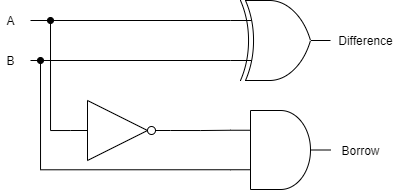
Before: HalfSubtractor.png, a diagram exported from draw.io (pathakshashank17/Digital-Circuit-Diagrams). Source tidied: cells renumbered, new cells last; positions are measured from the earlier drawing's top-left corner, leaving out a move shared by most shapes. Its diagram source:
```xml
<mxGraphModel>
  <root>
    <mxCell id="0" />
    <mxCell id="1" parent="0" />
    <mxCell id="2" style="verticalLabelPosition=bottom;shadow=0;dashed=0;align=center;html=1;verticalAlign=top;shape=mxgraph.electrical.logic_gates.logic_gate;operation=xor;" parent="1" vertex="1">
      <mxGeometry x="230" width="100" height="80" as="geometry" />
    </mxCell>
    <mxCell id="3" style="edgeStyle=orthogonalEdgeStyle;rounded=0;jettySize=auto;html=1;exitX=1;exitY=0.5;exitDx=0;exitDy=0;exitPerimeter=0;entryX=0;entryY=0.25;entryDx=0;entryDy=0;entryPerimeter=0;endArrow=none;endFill=0;" parent="1" edge="1" source="5" target="7">
      <mxGeometry relative="1" as="geometry" />
    </mxCell>
    <mxCell id="4" style="edgeStyle=orthogonalEdgeStyle;rounded=0;jettySize=auto;html=1;endArrow=oval;endFill=1;" parent="1" edge="1" source="5">
      <mxGeometry relative="1" as="geometry">
        <mxPoint x="50" y="20" as="targetPoint" />
      </mxGeometry>
    </mxCell>
    <mxCell id="5" style="verticalLabelPosition=bottom;shadow=0;dashed=0;align=center;html=1;verticalAlign=top;shape=mxgraph.electrical.logic_gates.inverter_2;" parent="1" vertex="1">
      <mxGeometry x="70" y="100" width="100" height="60" as="geometry" />
    </mxCell>
    <mxCell id="6" style="edgeStyle=orthogonalEdgeStyle;rounded=0;jettySize=auto;html=1;exitX=0;exitY=0.75;exitDx=0;exitDy=0;exitPerimeter=0;endArrow=oval;endFill=1;" parent="1" edge="1" source="7">
      <mxGeometry relative="1" as="geometry">
        <mxPoint x="40" y="60" as="targetPoint" />
      </mxGeometry>
    </mxCell>
    <mxCell id="7" style="verticalLabelPosition=bottom;shadow=0;dashed=0;align=center;html=1;verticalAlign=top;shape=mxgraph.electrical.logic_gates.logic_gate;operation=and;" parent="1" vertex="1">
      <mxGeometry x="230" y="110" width="100" height="79" as="geometry" />
    </mxCell>
    <mxCell id="8" style="endArrow=none;html=1;entryX=0;entryY=0.25;entryDx=0;entryDy=0;entryPerimeter=0;" parent="1" edge="1" target="2">
      <mxGeometry relative="1" as="geometry">
        <mxPoint x="30" y="20" as="sourcePoint" />
      </mxGeometry>
    </mxCell>
    <mxCell id="9" style="endArrow=none;html=1;entryX=0;entryY=0.75;entryDx=0;entryDy=0;entryPerimeter=0;" parent="1" edge="1" target="2">
      <mxGeometry relative="1" as="geometry">
        <mxPoint x="30" y="60" as="sourcePoint" />
      </mxGeometry>
    </mxCell>
    <mxCell id="10" value="Difference" style="text;html=1;align=center;verticalAlign=middle;strokeColor=none;" parent="1" vertex="1">
      <mxGeometry x="330" y="30" width="70" height="20" as="geometry" />
    </mxCell>
    <mxCell id="11" value="Borrow" style="text;html=1;align=center;verticalAlign=middle;strokeColor=none;" parent="1" vertex="1">
      <mxGeometry x="335" y="140" width="50" height="20" as="geometry" />
    </mxCell>
    <mxCell id="12" value="A" style="text;html=1;align=center;verticalAlign=middle;strokeColor=none;" parent="1" vertex="1">
      <mxGeometry y="10" width="20" height="20" as="geometry" />
    </mxCell>
    <mxCell id="13" value="B" style="text;html=1;align=center;verticalAlign=middle;strokeColor=none;" parent="1" vertex="1">
      <mxGeometry y="50" width="20" height="20" as="geometry" />
    </mxCell>
  </root>
</mxGraphModel>
```
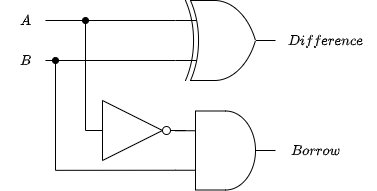
The same diagram one commit later.

Change to the diagram source:
```diff
@@ -1,50 +1,53 @@
-<mxGraphModel>
+<mxGraphModel math="1">
   <root>
     <mxCell id="0" />
     <mxCell id="1" parent="0" />
-    <mxCell id="2" style="verticalLabelPosition=bottom;shadow=0;dashed=0;align=center;html=1;verticalAlign=top;shape=mxgraph.electrical.logic_gates.logic_gate;operation=xor;" parent="1" vertex="1">
-      <mxGeometry x="230" width="100" height="80" as="geometry" />
-    </mxCell>
-    <mxCell id="3" style="edgeStyle=orthogonalEdgeStyle;rounded=0;jettySize=auto;html=1;exitX=1;exitY=0.5;exitDx=0;exitDy=0;exitPerimeter=0;entryX=0;entryY=0.25;entryDx=0;entryDy=0;entryPerimeter=0;endArrow=none;endFill=0;" parent="1" edge="1" source="5" target="7">
-      <mxGeometry relative="1" as="geometry" />
-    </mxCell>
-    <mxCell id="4" style="edgeStyle=orthogonalEdgeStyle;rounded=0;jettySize=auto;html=1;endArrow=oval;endFill=1;" parent="1" edge="1" source="5">
-      <mxGeometry relative="1" as="geometry">
-        <mxPoint x="50" y="20" as="targetPoint" />
-      </mxGeometry>
-    </mxCell>
-    <mxCell id="5" style="verticalLabelPosition=bottom;shadow=0;dashed=0;align=center;html=1;verticalAlign=top;shape=mxgraph.electrical.logic_gates.inverter_2;" parent="1" vertex="1">
-      <mxGeometry x="70" y="100" width="100" height="60" as="geometry" />
-    </mxCell>
-    <mxCell id="6" style="edgeStyle=orthogonalEdgeStyle;rounded=0;jettySize=auto;html=1;exitX=0;exitY=0.75;exitDx=0;exitDy=0;exitPerimeter=0;endArrow=oval;endFill=1;" parent="1" edge="1" source="7">
-      <mxGeometry relative="1" as="geometry">
-        <mxPoint x="40" y="60" as="targetPoint" />
-      </mxGeometry>
-    </mxCell>
-    <mxCell id="7" style="verticalLabelPosition=bottom;shadow=0;dashed=0;align=center;html=1;verticalAlign=top;shape=mxgraph.electrical.logic_gates.logic_gate;operation=and;" parent="1" vertex="1">
-      <mxGeometry x="230" y="110" width="100" height="79" as="geometry" />
-    </mxCell>
-    <mxCell id="8" style="endArrow=none;html=1;entryX=0;entryY=0.25;entryDx=0;entryDy=0;entryPerimeter=0;" parent="1" edge="1" target="2">
-      <mxGeometry relative="1" as="geometry">
-        <mxPoint x="30" y="20" as="sourcePoint" />
-      </mxGeometry>
-    </mxCell>
-    <mxCell id="9" style="endArrow=none;html=1;entryX=0;entryY=0.75;entryDx=0;entryDy=0;entryPerimeter=0;" parent="1" edge="1" target="2">
-      <mxGeometry relative="1" as="geometry">
-        <mxPoint x="30" y="60" as="sourcePoint" />
-      </mxGeometry>
-    </mxCell>
-    <mxCell id="10" value="Difference" style="text;html=1;align=center;verticalAlign=middle;strokeColor=none;" parent="1" vertex="1">
-      <mxGeometry x="330" y="30" width="70" height="20" as="geometry" />
-    </mxCell>
-    <mxCell id="11" value="Borrow" style="text;html=1;align=center;verticalAlign=middle;strokeColor=none;" parent="1" vertex="1">
-      <mxGeometry x="335" y="140" width="50" height="20" as="geometry" />
-    </mxCell>
-    <mxCell id="12" value="A" style="text;html=1;align=center;verticalAlign=middle;strokeColor=none;" parent="1" vertex="1">
-      <mxGeometry y="10" width="20" height="20" as="geometry" />
-    </mxCell>
-    <mxCell id="13" value="B" style="text;html=1;align=center;verticalAlign=middle;strokeColor=none;" parent="1" vertex="1">
-      <mxGeometry y="50" width="20" height="20" as="geometry" />
-    </mxCell>
+    <mxCell id="14" style="verticalLabelPosition=bottom;shadow=0;dashed=0;align=center;html=1;verticalAlign=top;shape=mxgraph.electrical.logic_gates.logic_gate;operation=xor;" parent="1" vertex="1">
+      <mxGeometry x="-10" y="-300" width="100" height="80" as="geometry" />
+    </mxCell>
+    <mxCell id="15" style="edgeStyle=orthogonalEdgeStyle;rounded=0;jettySize=auto;html=1;exitX=1;exitY=0.5;exitDx=0;exitDy=0;exitPerimeter=0;entryX=0;entryY=0.25;entryDx=0;entryDy=0;entryPerimeter=0;endArrow=none;endFill=0;" parent="1" edge="1" source="17" target="19">
+      <mxGeometry relative="1" as="geometry" />
+    </mxCell>
+    <mxCell id="16" style="edgeStyle=orthogonalEdgeStyle;rounded=0;jettySize=auto;html=1;endArrow=oval;endFill=1;exitX=0;exitY=0.5;exitDx=0;exitDy=0;exitPerimeter=0;" parent="1" edge="1" source="17">
+      <mxGeometry relative="1" as="geometry">
+        <mxPoint x="-100" y="-280" as="targetPoint" />
+        <Array as="points">
+          <mxPoint x="-100" y="-280" />
+        </Array>
+      </mxGeometry>
+    </mxCell>
+    <mxCell id="17" style="verticalLabelPosition=bottom;shadow=0;dashed=0;align=center;html=1;verticalAlign=top;shape=mxgraph.electrical.logic_gates.inverter_2;" parent="1" vertex="1">
+      <mxGeometry x="-100" y="-200" width="100" height="60" as="geometry" />
+    </mxCell>
+    <mxCell id="18" style="edgeStyle=orthogonalEdgeStyle;rounded=0;jettySize=auto;html=1;exitX=0;exitY=0.75;exitDx=0;exitDy=0;exitPerimeter=0;endArrow=oval;endFill=1;" parent="1" edge="1" source="19">
+      <mxGeometry relative="1" as="geometry">
+        <mxPoint x="-130" y="-240" as="targetPoint" />
+      </mxGeometry>
+    </mxCell>
+    <mxCell id="19" style="verticalLabelPosition=bottom;shadow=0;dashed=0;align=center;html=1;verticalAlign=top;shape=mxgraph.electrical.logic_gates.logic_gate;operation=and;" parent="1" vertex="1">
+      <mxGeometry x="-10" y="-189.5" width="100" height="79" as="geometry" />
+    </mxCell>
+    <mxCell id="20" style="endArrow=none;html=1;entryX=0;entryY=0.25;entryDx=0;entryDy=0;entryPerimeter=0;" parent="1" edge="1" target="14">
+      <mxGeometry relative="1" as="geometry">
+        <mxPoint x="-140" y="-280" as="sourcePoint" />
+      </mxGeometry>
+    </mxCell>
+    <mxCell id="21" style="endArrow=none;html=1;entryX=0;entryY=0.75;entryDx=0;entryDy=0;entryPerimeter=0;" parent="1" edge="1" target="14">
+      <mxGeometry relative="1" as="geometry">
+        <mxPoint x="-140" y="-240" as="sourcePoint" />
+      </mxGeometry>
+    </mxCell>
+    <mxCell id="22" value="$$Difference$$" style="text;html=1;align=center;verticalAlign=middle;strokeColor=none;" parent="1" vertex="1">
+      <mxGeometry x="90" y="-270" width="100" height="20" as="geometry" />
+    </mxCell>
+    <mxCell id="23" value="$$Borrow$$" style="text;html=1;align=center;verticalAlign=middle;strokeColor=none;" parent="1" vertex="1">
+      <mxGeometry x="90" y="-160" width="80" height="20" as="geometry" />
+    </mxCell>
+    <mxCell id="24" value="$$A$$" style="text;html=1;align=center;verticalAlign=middle;strokeColor=none;" parent="1" vertex="1">
+      <mxGeometry x="-185" y="-290" width="50" height="20" as="geometry" />
+    </mxCell>
+    <mxCell id="25" value="$$B$$" style="text;html=1;align=center;verticalAlign=middle;strokeColor=none;" parent="1" vertex="1">
+      <mxGeometry x="-185" y="-250" width="50" height="20" as="geometry" />
+    </mxCell>
   </root>
 </mxGraphModel>
```
